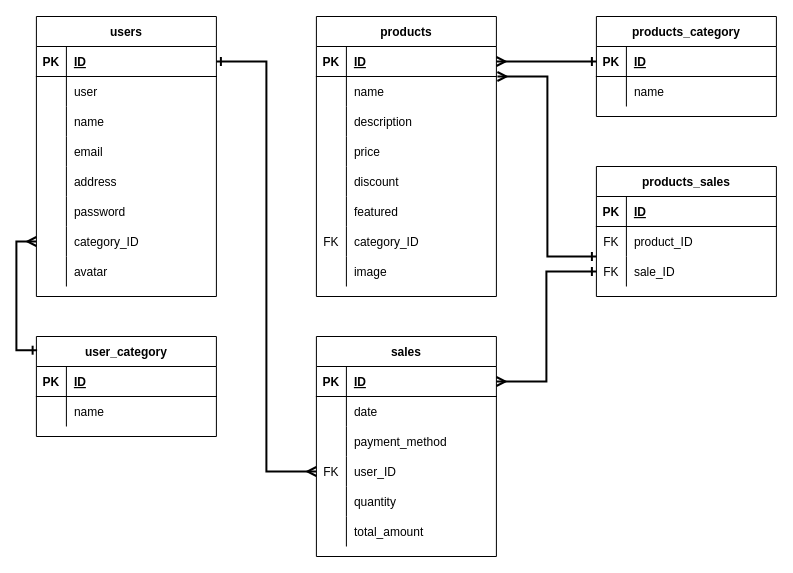
Before: diagrama.drawio in Serteyf/grupo-05, a draw.io diagram. Source tidied: cells renumbered, new cells numbered last; positions are measured from the earlier drawing's top-left corner, leaving out a move shared by most shapes. Both pictures are drawn from the tidied source at 100%, with x=0, y=0 at pixel (36, 16).
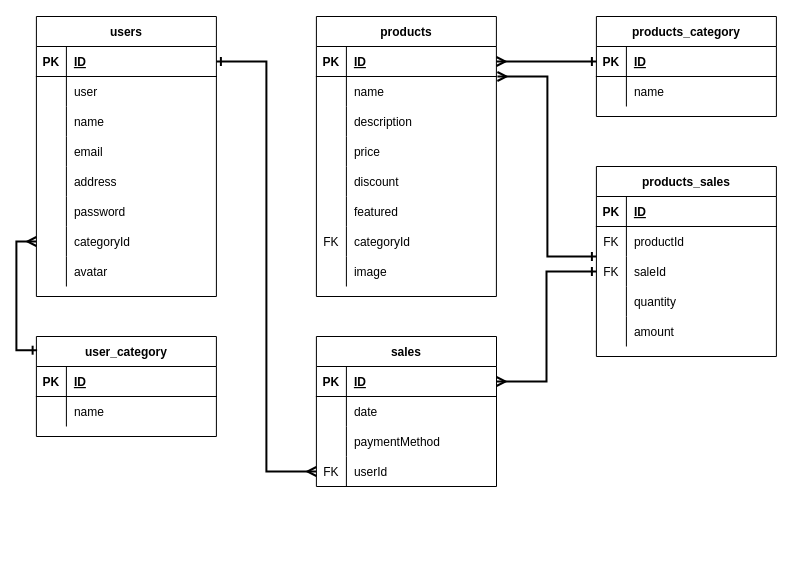
After the change.

Commit message (it also covers changes not shown here):
Se corrigio estructura de base de datos

Unchanged cells that the change refers to:
```xml
<mxCell id="21" style="shape=partialRectangle;fillColor=none;top=0;left=0;bottom=0;right=0;points=[[0,0.5],[1,0.5]];portConstraint=eastwest;" parent="2" vertex="1">
  <mxGeometry y="210" width="180" height="30" as="geometry" />
</mxCell>
<mxCell id="46" style="shape=partialRectangle;fillColor=none;top=0;left=0;bottom=0;right=0;" parent="27" vertex="1">
  <mxGeometry y="210" width="180" height="30" as="geometry" />
</mxCell>
<mxCell id="83" style="shape=partialRectangle;fillColor=none;top=0;left=0;bottom=0;right=0;" parent="79" vertex="1">
  <mxGeometry y="60" width="180" height="30" as="geometry" />
</mxCell>
<mxCell id="86" style="shape=partialRectangle;fillColor=none;top=0;left=0;bottom=0;right=0;points=[[0,0.5],[1,0.5]];portConstraint=eastwest;" parent="79" vertex="1">
  <mxGeometry y="90" width="180" height="30" as="geometry" />
</mxCell>
```

Diff of the diagram source:
```diff
@@
-    <mxCell id="23" value="category_ID" style="shape=partialRectangle;fillColor=none;top=0;left=0;bottom=0;right=0;align=left;spacingLeft=6;overflow=hidden;" parent="21" vertex="1">
+    <mxCell id="23" value="categoryId" style="shape=partialRectangle;fillColor=none;top=0;left=0;bottom=0;right=0;align=left;spacingLeft=6;overflow=hidden;" parent="21" vertex="1">
       <mxGeometry x="30" width="150" height="30" as="geometry" />
     </mxCell>
@@
-    <mxCell id="48" value="category_ID" style="shape=partialRectangle;fillColor=none;top=0;left=0;bottom=0;right=0;align=left;spacingLeft=6;overflow=hidden;" parent="46" vertex="1">
+    <mxCell id="48" value="categoryId" style="shape=partialRectangle;fillColor=none;top=0;left=0;bottom=0;right=0;align=left;spacingLeft=6;overflow=hidden;" parent="46" vertex="1">
       <mxGeometry x="30" width="150" height="30" as="geometry" />
     </mxCell>
@@
     <mxCell id="60" value="sales" style="shape=table;startSize=30;childLayout=tableLayout;rowLines=0;fontStyle=1;align=center;" parent="1" vertex="1">
-      <mxGeometry x="279.9" y="320" width="180" height="220" as="geometry" />
+      <mxGeometry x="279.9" y="320" width="180.1" height="150" as="geometry" />
     </mxCell>
     <mxCell id="61" style="shape=partialRectangle;fillColor=none;top=0;left=0;bottom=1;right=0;points=[[0,0.5],[1,0.5]];portConstraint=eastwest;" parent="60" vertex="1">
-      <mxGeometry y="30" width="180" height="30" as="geometry" />
+      <mxGeometry y="30" width="180.1" height="30" as="geometry" />
     </mxCell>
@@
     <mxCell id="63" value="ID" style="shape=partialRectangle;fillColor=none;top=0;left=0;bottom=0;right=0;align=left;spacingLeft=6;fontStyle=5;overflow=hidden;" parent="61" vertex="1">
-      <mxGeometry x="30" width="150" height="30" as="geometry" />
+      <mxGeometry x="30" width="150.1" height="30" as="geometry" />
     </mxCell>
     <mxCell id="64" style="shape=partialRectangle;fillColor=none;top=0;left=0;bottom=0;right=0;" parent="60" vertex="1">
-      <mxGeometry y="60" width="180" height="30" as="geometry" />
+      <mxGeometry y="60" width="180.1" height="30" as="geometry" />
     </mxCell>
@@
     <mxCell id="66" value="date" style="shape=partialRectangle;fillColor=none;top=0;left=0;bottom=0;right=0;align=left;spacingLeft=6;overflow=hidden;" parent="64" vertex="1">
-      <mxGeometry x="30" width="150" height="30" as="geometry" />
+      <mxGeometry x="30" width="150.1" height="30" as="geometry" />
     </mxCell>
     <mxCell id="67" style="shape=partialRectangle;fillColor=none;top=0;left=0;bottom=0;right=0;" parent="60" vertex="1">
-      <mxGeometry y="90" width="180" height="30" as="geometry" />
+      <mxGeometry y="90" width="180.1" height="30" as="geometry" />
     </mxCell>
@@
-    <mxCell id="69" value="payment_method" style="shape=partialRectangle;fillColor=none;top=0;left=0;bottom=0;right=0;align=left;spacingLeft=6;overflow=hidden;" parent="67" vertex="1">
-      <mxGeometry x="30" width="150" height="30" as="geometry" />
+    <mxCell id="69" value="paymentMethod" style="shape=partialRectangle;fillColor=none;top=0;left=0;bottom=0;right=0;align=left;spacingLeft=6;overflow=hidden;" parent="67" vertex="1">
+      <mxGeometry x="30" width="150.1" height="30" as="geometry" />
     </mxCell>
     <mxCell id="70" style="shape=partialRectangle;fillColor=none;top=0;left=0;bottom=0;right=0;points=[[0,0.5],[1,0.5]];portConstraint=eastwest;" parent="60" vertex="1">
-      <mxGeometry y="120" width="180" height="30" as="geometry" />
+      <mxGeometry y="120" width="180.1" height="30" as="geometry" />
     </mxCell>
@@
-    <mxCell id="72" value="user_ID" style="shape=partialRectangle;fillColor=none;top=0;left=0;bottom=0;right=0;align=left;spacingLeft=6;overflow=hidden;" parent="70" vertex="1">
-      <mxGeometry x="30" width="150" height="30" as="geometry" />
+    <mxCell id="72" value="userId" style="shape=partialRectangle;fillColor=none;top=0;left=0;bottom=0;right=0;align=left;spacingLeft=6;overflow=hidden;" parent="70" vertex="1">
+      <mxGeometry x="30" width="150.1" height="30" as="geometry" />
     </mxCell>
-    <mxCell id="73" style="shape=partialRectangle;fillColor=none;top=0;left=0;bottom=0;right=0;" parent="60" vertex="1">
-      <mxGeometry y="150" width="180" height="30" as="geometry" />
-    </mxCell>
-    <mxCell id="74" style="shape=partialRectangle;fillColor=none;top=0;left=0;bottom=0;right=0;overflow=hidden;" parent="73" vertex="1">
-      <mxGeometry width="30" height="30" as="geometry" />
-    </mxCell>
-    <mxCell id="75" value="quantity" style="shape=partialRectangle;fillColor=none;top=0;left=0;bottom=0;right=0;align=left;spacingLeft=6;overflow=hidden;" parent="73" vertex="1">
-      <mxGeometry x="30" width="150" height="30" as="geometry" />
-    </mxCell>
-    <mxCell id="76" style="shape=partialRectangle;fillColor=none;top=0;left=0;bottom=0;right=0;" parent="60" vertex="1">
-      <mxGeometry y="180" width="180" height="30" as="geometry" />
-    </mxCell>
-    <mxCell id="77" style="shape=partialRectangle;fillColor=none;top=0;left=0;bottom=0;right=0;overflow=hidden;" parent="76" vertex="1">
-      <mxGeometry width="30" height="30" as="geometry" />
-    </mxCell>
-    <mxCell id="78" value="total_amount" style="shape=partialRectangle;fillColor=none;top=0;left=0;bottom=0;right=0;align=left;spacingLeft=6;overflow=hidden;" parent="76" vertex="1">
-      <mxGeometry x="30" width="150" height="30" as="geometry" />
-    </mxCell>
     <mxCell id="79" value="products_sales" style="shape=table;startSize=30;childLayout=tableLayout;rowLines=0;fontStyle=1;align=center;" parent="1" vertex="1">
-      <mxGeometry x="559.9" y="150" width="180" height="130" as="geometry" />
+      <mxGeometry x="559.9" y="150" width="180" height="190" as="geometry" />
     </mxCell>
@@
-    <mxCell id="85" value="product_ID" style="shape=partialRectangle;fillColor=none;top=0;left=0;bottom=0;right=0;align=left;spacingLeft=6;overflow=hidden;" parent="83" vertex="1">
+    <mxCell id="85" value="productId" style="shape=partialRectangle;fillColor=none;top=0;left=0;bottom=0;right=0;align=left;spacingLeft=6;overflow=hidden;" parent="83" vertex="1">
       <mxGeometry x="30" width="150" height="30" as="geometry" />
     </mxCell>
@@
-    <mxCell id="88" value="sale_ID" style="shape=partialRectangle;fillColor=none;top=0;left=0;bottom=0;right=0;align=left;spacingLeft=6;overflow=hidden;" parent="86" vertex="1">
+    <mxCell id="88" value="saleId" style="shape=partialRectangle;fillColor=none;top=0;left=0;bottom=0;right=0;align=left;spacingLeft=6;overflow=hidden;" parent="86" vertex="1">
       <mxGeometry x="30" width="150" height="30" as="geometry" />
     </mxCell>
+    <mxCell id="100" style="shape=partialRectangle;fillColor=none;top=0;left=0;bottom=0;right=0;" parent="79" vertex="1">
+      <mxGeometry y="120" width="180" height="30" as="geometry" />
+    </mxCell>
+    <mxCell id="101" style="shape=partialRectangle;fillColor=none;top=0;left=0;bottom=0;right=0;overflow=hidden;" parent="100" vertex="1">
+      <mxGeometry width="30" height="30" as="geometry" />
+    </mxCell>
+    <mxCell id="75" value="quantity" style="shape=partialRectangle;fillColor=none;top=0;left=0;bottom=0;right=0;align=left;spacingLeft=6;overflow=hidden;" parent="100" vertex="1">
+      <mxGeometry x="30" width="150" height="30" as="geometry" />
+    </mxCell>
+    <mxCell id="73" style="shape=partialRectangle;fillColor=none;top=0;left=0;bottom=0;right=0;" parent="79" vertex="1">
+      <mxGeometry y="150" width="180" height="30" as="geometry" />
+    </mxCell>
+    <mxCell id="102" style="shape=partialRectangle;fillColor=none;top=0;left=0;bottom=0;right=0;overflow=hidden;" parent="73" vertex="1">
+      <mxGeometry width="30" height="30" as="geometry" />
+    </mxCell>
+    <mxCell id="103" value="amount" style="shape=partialRectangle;fillColor=none;top=0;left=0;bottom=0;right=0;align=left;spacingLeft=6;overflow=hidden;" parent="73" vertex="1">
+      <mxGeometry x="30" width="150" height="30" as="geometry" />
+    </mxCell>
```
